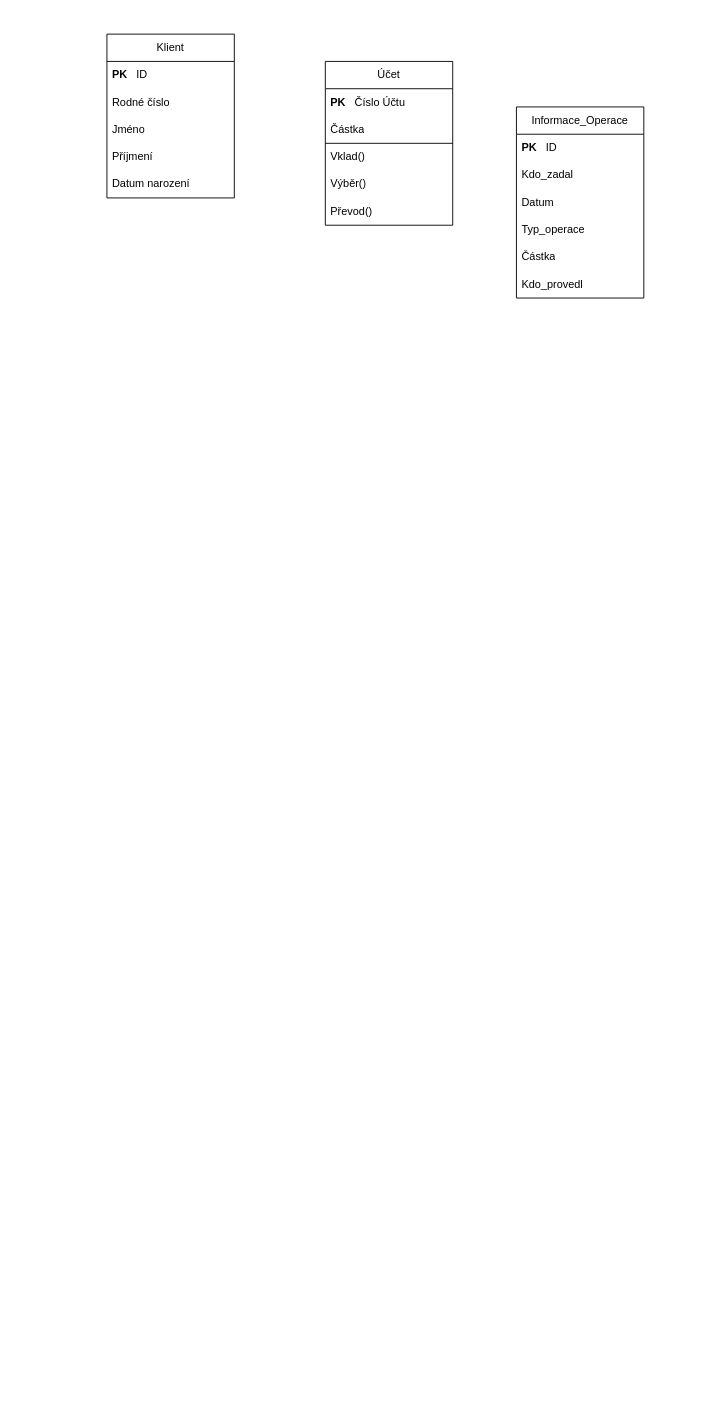
Before: Untitled Diagram.drawio in Zyroshima/IDS, a draw.io diagram. Source tidied: cells renumbered, new cells numbered last; positions are measured from the earlier drawing's top-left corner, leaving out a move shared by most shapes. Both pictures are drawn from the tidied source at 91%, with x=0, y=0 at pixel (106, 34).
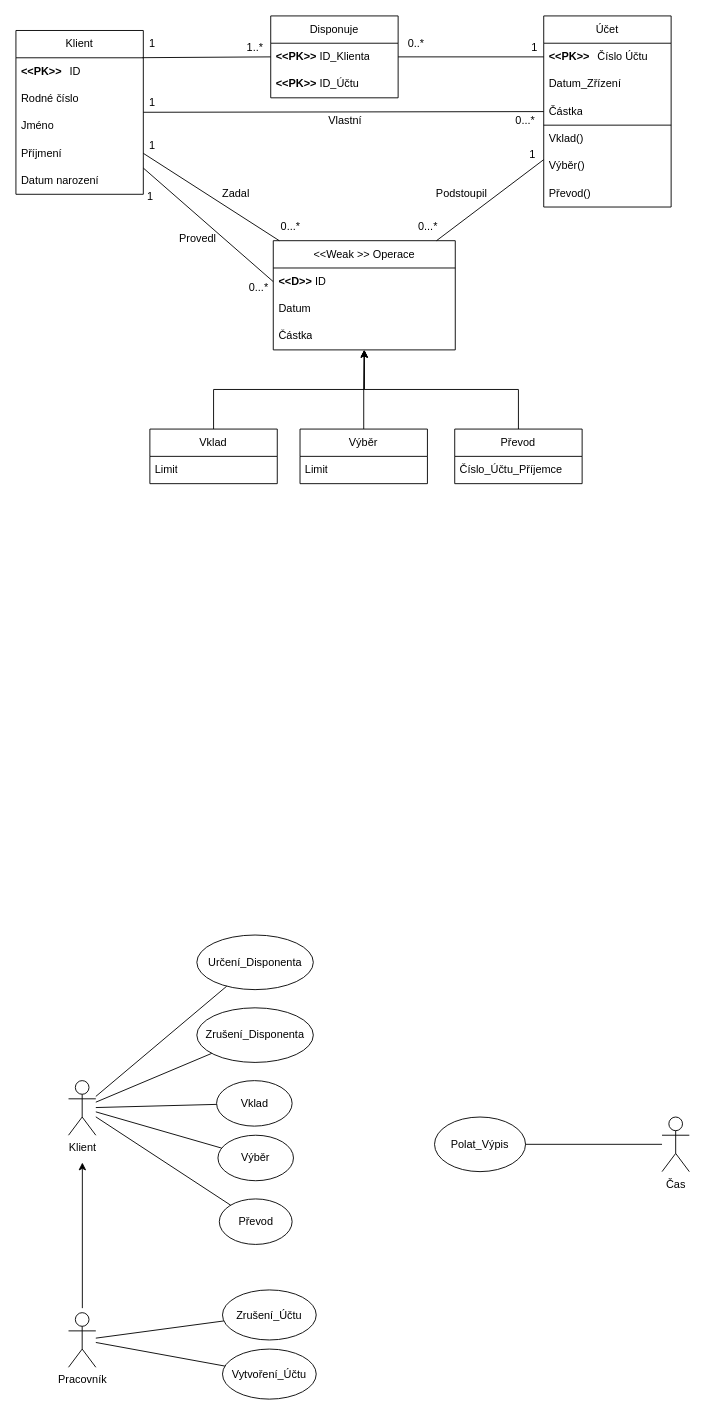
The same page after the edit.

Diff of the diagram source:
```diff
@@
     <mxCell id="2" value="Klient" style="swimlane;fontStyle=0;horizontal=1;startSize=30;whiteSpace=wrap;html=1;" parent="1" vertex="1">
-      <mxGeometry width="140" height="180" as="geometry" />
+      <mxGeometry x="-100" y="-4" width="140" height="180" as="geometry" />
     </mxCell>
-    <mxCell id="3" value="&lt;b&gt;PK&lt;/b&gt;&lt;span style=&quot;white-space: pre;&quot;&gt;&#9;&lt;/span&gt;ID" style="text;strokeColor=none;fillColor=none;align=left;verticalAlign=middle;spacingLeft=4;spacingRight=4;overflow=hidden;whiteSpace=wrap;html=1;" parent="2" vertex="1">
+    <mxCell id="3" value="&lt;b&gt;&amp;lt;&amp;lt;PK&amp;gt;&amp;gt;&lt;/b&gt;&lt;span style=&quot;white-space: pre;&quot;&gt;&#9;&lt;/span&gt;ID" style="text;strokeColor=none;fillColor=none;align=left;verticalAlign=middle;spacingLeft=4;spacingRight=4;overflow=hidden;whiteSpace=wrap;html=1;" parent="2" vertex="1">
       <mxGeometry y="30" width="140" height="30" as="geometry" />
     </mxCell>
@@
     <mxCell id="8" value="Účet" style="swimlane;fontStyle=0;horizontal=1;startSize=30;whiteSpace=wrap;html=1;" parent="1" vertex="1">
-      <mxGeometry x="240" y="30" width="140" height="180" as="geometry" />
+      <mxGeometry x="480" y="-20" width="140" height="210" as="geometry" />
     </mxCell>
-    <mxCell id="9" value="&lt;b&gt;PK&lt;/b&gt;&lt;span style=&quot;white-space: pre;&quot;&gt;&#9;&lt;/span&gt;Číslo Účtu" style="text;strokeColor=none;fillColor=none;align=left;verticalAlign=middle;spacingLeft=4;spacingRight=4;overflow=hidden;points=[[0,0.5],[1,0.5]];portConstraint=eastwest;whiteSpace=wrap;html=1;" parent="8" vertex="1">
+    <mxCell id="9" value="&lt;b&gt;&amp;lt;&amp;lt;PK&amp;gt;&amp;gt;&lt;/b&gt;&lt;span style=&quot;white-space: pre;&quot;&gt;&#9;&lt;/span&gt;Číslo Účtu" style="text;strokeColor=none;fillColor=none;align=left;verticalAlign=middle;spacingLeft=4;spacingRight=4;overflow=hidden;points=[[0,0.5],[1,0.5]];portConstraint=eastwest;whiteSpace=wrap;html=1;" parent="8" vertex="1">
       <mxGeometry y="30" width="140" height="30" as="geometry" />
     </mxCell>
+    <mxCell id="22" value="Datum_Zřízení" style="text;strokeColor=none;fillColor=none;align=left;verticalAlign=middle;spacingLeft=4;spacingRight=4;overflow=hidden;whiteSpace=wrap;html=1;" parent="8" vertex="1">
+      <mxGeometry y="60" width="140" height="30" as="geometry" />
+    </mxCell>
     <mxCell id="10" value="Částka" style="text;strokeColor=none;fillColor=none;align=left;verticalAlign=middle;spacingLeft=4;spacingRight=4;overflow=hidden;whiteSpace=wrap;html=1;" parent="8" vertex="1">
-      <mxGeometry y="60" width="140" height="30" as="geometry" />
+      <mxGeometry y="90" width="140" height="30" as="geometry" />
     </mxCell>
+    <mxCell id="23" style="endArrow=none;html=1;rounded=0;exitX=0;exitY=0.002;exitDx=0;exitDy=0;exitPerimeter=0;" parent="8" edge="1" source="11">
+      <mxGeometry relative="1" as="geometry">
+        <mxPoint x="140" y="120" as="targetPoint" />
+      </mxGeometry>
+    </mxCell>
     <mxCell id="11" value="Vklad()" style="text;strokeColor=none;fillColor=none;align=left;verticalAlign=middle;spacingLeft=4;spacingRight=4;overflow=hidden;points=[[0,0.5],[1,0.5]];portConstraint=eastwest;whiteSpace=wrap;html=1;" parent="8" vertex="1">
-      <mxGeometry y="90" width="140" height="30" as="geometry" />
+      <mxGeometry y="120" width="140" height="30" as="geometry" />
     </mxCell>
     <mxCell id="12" value="Výběr()" style="text;strokeColor=none;fillColor=none;align=left;verticalAlign=middle;spacingLeft=4;spacingRight=4;overflow=hidden;whiteSpace=wrap;html=1;" parent="8" vertex="1">
-      <mxGeometry y="120" width="140" height="30" as="geometry" />
+      <mxGeometry y="150" width="140" height="30" as="geometry" />
     </mxCell>
     <mxCell id="13" value="Převod()" style="text;strokeColor=none;fillColor=none;align=left;verticalAlign=middle;spacingLeft=4;spacingRight=4;overflow=hidden;whiteSpace=wrap;html=1;" parent="8" vertex="1">
-      <mxGeometry y="150" width="140" height="30" as="geometry" />
+      <mxGeometry y="180" width="140" height="30" as="geometry" />
     </mxCell>
-    <mxCell id="14" style="endArrow=none;html=1;rounded=0;exitX=0;exitY=0;exitDx=0;exitDy=0;exitPerimeter=0;" parent="8" edge="1" source="11">
-      <mxGeometry relative="1" as="geometry">
-        <mxPoint x="140" y="90" as="targetPoint" />
-      </mxGeometry>
-    </mxCell>
-    <mxCell id="15" value="Informace_Operace" style="swimlane;fontStyle=0;horizontal=1;startSize=30;whiteSpace=wrap;html=1;" parent="1" vertex="1">
-      <mxGeometry x="450" y="80" width="140" height="210" as="geometry" />
+    <mxCell id="15" value="&amp;lt;&amp;lt;Weak &amp;gt;&amp;gt; Operace" style="swimlane;fontStyle=0;horizontal=1;startSize=30;whiteSpace=wrap;html=1;" parent="1" vertex="1">
+      <mxGeometry x="182.8" y="227" width="200" height="120" as="geometry" />
     </mxCell>
-    <mxCell id="16" value="&lt;b&gt;PK&lt;/b&gt;&lt;span style=&quot;white-space: pre;&quot;&gt;&#9;&lt;/span&gt;ID" style="text;strokeColor=none;fillColor=none;align=left;verticalAlign=middle;spacingLeft=4;spacingRight=4;overflow=hidden;points=[[0,0.5],[1,0.5]];portConstraint=eastwest;whiteSpace=wrap;html=1;" parent="15" vertex="1">
-      <mxGeometry y="30" width="140" height="30" as="geometry" />
+    <mxCell id="16" value="&lt;b&gt;&amp;lt;&amp;lt;D&amp;gt;&amp;gt;&amp;nbsp;&lt;/b&gt;ID" style="text;strokeColor=none;fillColor=none;align=left;verticalAlign=middle;spacingLeft=4;spacingRight=4;overflow=hidden;points=[[0,0.5],[1,0.5]];portConstraint=eastwest;whiteSpace=wrap;html=1;" parent="15" vertex="1">
+      <mxGeometry y="30" width="200" height="30" as="geometry" />
     </mxCell>
-    <mxCell id="17" value="Kdo_zadal" style="text;strokeColor=none;fillColor=none;align=left;verticalAlign=middle;spacingLeft=4;spacingRight=4;overflow=hidden;whiteSpace=wrap;html=1;" parent="15" vertex="1">
-      <mxGeometry y="60" width="140" height="30" as="geometry" />
-    </mxCell>
     <mxCell id="18" value="&lt;div&gt;Datum&lt;/div&gt;" style="text;strokeColor=none;fillColor=none;align=left;verticalAlign=middle;spacingLeft=4;spacingRight=4;overflow=hidden;whiteSpace=wrap;html=1;" parent="15" vertex="1">
-      <mxGeometry y="90" width="140" height="30" as="geometry" />
+      <mxGeometry y="60" width="200" height="30" as="geometry" />
     </mxCell>
-    <mxCell id="19" value="Typ_operace" style="text;strokeColor=none;fillColor=none;align=left;verticalAlign=middle;spacingLeft=4;spacingRight=4;overflow=hidden;whiteSpace=wrap;html=1;" parent="15" vertex="1">
-      <mxGeometry y="120" width="140" height="30" as="geometry" />
-    </mxCell>
     <mxCell id="20" value="Částka" style="text;strokeColor=none;fillColor=none;align=left;verticalAlign=middle;spacingLeft=4;spacingRight=4;overflow=hidden;whiteSpace=wrap;html=1;" parent="15" vertex="1">
-      <mxGeometry y="150" width="140" height="30" as="geometry" />
+      <mxGeometry y="90" width="200" height="30" as="geometry" />
     </mxCell>
-    <mxCell id="21" value="Kdo_provedl" style="text;strokeColor=none;fillColor=none;align=left;verticalAlign=middle;spacingLeft=4;spacingRight=4;overflow=hidden;whiteSpace=wrap;html=1;" parent="15" vertex="1">
-      <mxGeometry y="180" width="140" height="30" as="geometry" />
-    </mxCell>
+    <mxCell id="24" style="endArrow=none;html=1;rounded=0;" parent="1" edge="1" source="2" target="8">
+      <mxGeometry relative="1" as="geometry" />
+    </mxCell>
+    <mxCell id="25" style="endArrow=none;html=1;rounded=0;" parent="1" edge="1" source="2" target="15">
+      <mxGeometry relative="1" as="geometry" />
+    </mxCell>
+    <mxCell id="26" style="endArrow=none;html=1;rounded=0;" parent="1" edge="1" source="8" target="15">
+      <mxGeometry relative="1" as="geometry" />
+    </mxCell>
+    <mxCell id="27" value="1" style="text;html=1;align=center;verticalAlign=middle;whiteSpace=wrap;rounded=0;" parent="1" vertex="1">
+      <mxGeometry x="20" y="108" width="60" height="30" as="geometry" />
+    </mxCell>
+    <mxCell id="28" value="0...*" style="text;html=1;align=center;verticalAlign=middle;whiteSpace=wrap;rounded=0;" parent="1" vertex="1">
+      <mxGeometry x="430" y="80" width="60" height="30" as="geometry" />
+    </mxCell>
+    <mxCell id="29" value="1" style="text;html=1;align=center;verticalAlign=middle;whiteSpace=wrap;rounded=0;" parent="1" vertex="1">
+      <mxGeometry x="440" width="60" height="30" as="geometry" />
+    </mxCell>
+    <mxCell id="30" value="0...*" style="text;html=1;align=center;verticalAlign=middle;whiteSpace=wrap;rounded=0;" parent="1" vertex="1">
+      <mxGeometry x="322.8" y="197" width="60" height="30" as="geometry" />
+    </mxCell>
+    <mxCell id="31" value="1" style="text;html=1;align=center;verticalAlign=middle;whiteSpace=wrap;rounded=0;" parent="1" vertex="1">
+      <mxGeometry x="20" y="60" width="60" height="30" as="geometry" />
+    </mxCell>
+    <mxCell id="32" value="0...*" style="text;html=1;align=center;verticalAlign=middle;whiteSpace=wrap;rounded=0;" parent="1" vertex="1">
+      <mxGeometry x="172" y="197" width="60" height="30" as="geometry" />
+    </mxCell>
+    <mxCell id="33" style="edgeStyle=orthogonalEdgeStyle;rounded=0;jettySize=auto;html=1;" parent="1" edge="1" source="34" target="15">
+      <mxGeometry relative="1" as="geometry" />
+    </mxCell>
+    <mxCell id="34" value="Vklad" style="swimlane;fontStyle=0;horizontal=1;startSize=30;whiteSpace=wrap;html=1;" parent="1" vertex="1">
+      <mxGeometry x="47.2" y="434" width="140" height="60" as="geometry" />
+    </mxCell>
+    <mxCell id="35" value="Limit" style="text;strokeColor=none;fillColor=none;align=left;verticalAlign=middle;spacingLeft=4;spacingRight=4;overflow=hidden;whiteSpace=wrap;html=1;" parent="34" vertex="1">
+      <mxGeometry y="30" width="140" height="30" as="geometry" />
+    </mxCell>
+    <mxCell id="36" style="edgeStyle=orthogonalEdgeStyle;rounded=0;jettySize=auto;html=1;" parent="1" edge="1" source="37" target="15">
+      <mxGeometry relative="1" as="geometry" />
+    </mxCell>
+    <mxCell id="37" value="Výběr" style="swimlane;fontStyle=0;horizontal=1;startSize=30;whiteSpace=wrap;html=1;" parent="1" vertex="1">
+      <mxGeometry x="212.2" y="434" width="140" height="60" as="geometry" />
+    </mxCell>
+    <mxCell id="38" value="Limit" style="text;strokeColor=none;fillColor=none;align=left;verticalAlign=middle;spacingLeft=4;spacingRight=4;overflow=hidden;whiteSpace=wrap;html=1;" parent="37" vertex="1">
+      <mxGeometry y="30" width="140" height="30" as="geometry" />
+    </mxCell>
+    <mxCell id="39" style="edgeStyle=orthogonalEdgeStyle;rounded=0;jettySize=auto;html=1;" parent="1" edge="1" source="40" target="15">
+      <mxGeometry relative="1" as="geometry" />
+    </mxCell>
+    <mxCell id="40" value="Převod" style="swimlane;fontStyle=0;horizontal=1;startSize=30;whiteSpace=wrap;html=1;" parent="1" vertex="1">
+      <mxGeometry x="382.2" y="434" width="140" height="60" as="geometry" />
+    </mxCell>
+    <mxCell id="41" value="Číslo_Účtu_Příjemce" style="text;strokeColor=none;fillColor=none;align=left;verticalAlign=middle;spacingLeft=4;spacingRight=4;overflow=hidden;whiteSpace=wrap;html=1;" parent="40" vertex="1">
+      <mxGeometry y="30" width="140" height="30" as="geometry" />
+    </mxCell>
+    <mxCell id="42" value="Vlastní" style="text;html=1;align=center;verticalAlign=middle;whiteSpace=wrap;rounded=0;" parent="1" vertex="1">
+      <mxGeometry x="232" y="80" width="60" height="30" as="geometry" />
+    </mxCell>
+    <mxCell id="43" value="Provedl" style="text;html=1;align=center;verticalAlign=middle;whiteSpace=wrap;rounded=0;" parent="1" vertex="1">
+      <mxGeometry x="70" y="210" width="60" height="30" as="geometry" />
+    </mxCell>
+    <mxCell id="44" value="Podstoupil" style="text;html=1;align=center;verticalAlign=middle;whiteSpace=wrap;rounded=0;" parent="1" vertex="1">
+      <mxGeometry x="360" y="160" width="60" height="30" as="geometry" />
+    </mxCell>
+    <mxCell id="45" value="Zadal" style="text;html=1;align=center;verticalAlign=middle;whiteSpace=wrap;rounded=0;" parent="1" vertex="1">
+      <mxGeometry x="112" y="160" width="60" height="30" as="geometry" />
+    </mxCell>
+    <mxCell id="46" value="Disponuje" style="swimlane;fontStyle=0;horizontal=1;startSize=30;whiteSpace=wrap;html=1;" parent="1" vertex="1">
+      <mxGeometry x="180" y="-20" width="140" height="90" as="geometry" />
+    </mxCell>
+    <mxCell id="47" value="&lt;b&gt;&amp;lt;&amp;lt;PK&amp;gt;&amp;gt; &lt;/b&gt;ID_Klienta" style="text;strokeColor=none;fillColor=none;align=left;verticalAlign=middle;spacingLeft=4;spacingRight=4;overflow=hidden;points=[[0,0.5],[1,0.5]];portConstraint=eastwest;whiteSpace=wrap;html=1;" parent="46" vertex="1">
+      <mxGeometry y="30" width="140" height="30" as="geometry" />
+    </mxCell>
+    <mxCell id="48" value="&lt;b&gt;&amp;lt;&amp;lt;PK&amp;gt;&amp;gt; &lt;/b&gt;ID_Účtu" style="text;strokeColor=none;fillColor=none;align=left;verticalAlign=middle;spacingLeft=4;spacingRight=4;overflow=hidden;whiteSpace=wrap;html=1;" parent="46" vertex="1">
+      <mxGeometry y="60" width="140" height="30" as="geometry" />
+    </mxCell>
+    <mxCell id="49" style="endArrow=none;html=1;rounded=0;exitX=0.994;exitY=0.166;exitDx=0;exitDy=0;entryX=0;entryY=0.5;entryDx=0;entryDy=0;exitPerimeter=0;" parent="1" edge="1" source="2" target="47">
+      <mxGeometry relative="1" as="geometry" />
+    </mxCell>
+    <mxCell id="50" style="endArrow=none;html=1;rounded=0;entryX=1;entryY=0.5;entryDx=0;entryDy=0;exitX=0;exitY=0.5;exitDx=0;exitDy=0;" parent="1" edge="1" source="9" target="47">
+      <mxGeometry relative="1" as="geometry" />
+    </mxCell>
+    <mxCell id="51" value="1" style="text;html=1;align=center;verticalAlign=middle;whiteSpace=wrap;rounded=0;" parent="1" vertex="1">
+      <mxGeometry x="20" y="-4" width="60" height="30" as="geometry" />
+    </mxCell>
+    <mxCell id="52" value="1..*" style="text;html=1;align=center;verticalAlign=middle;whiteSpace=wrap;rounded=0;" parent="1" vertex="1">
+      <mxGeometry x="132.8" width="60" height="30" as="geometry" />
+    </mxCell>
+    <mxCell id="53" value="0..*" style="text;html=1;align=center;verticalAlign=middle;whiteSpace=wrap;rounded=0;" parent="1" vertex="1">
+      <mxGeometry x="310" y="-4" width="60" height="30" as="geometry" />
+    </mxCell>
+    <mxCell id="54" style="endArrow=none;html=1;rounded=0;exitX=0;exitY=0.5;exitDx=0;exitDy=0;" parent="1" edge="1" source="16" target="2">
+      <mxGeometry relative="1" as="geometry" />
+    </mxCell>
+    <mxCell id="55" style="edgeStyle=orthogonalEdgeStyle;rounded=0;orthogonalLoop=1;jettySize=auto;html=1;exitX=0.5;exitY=1;exitDx=0;exitDy=0;" parent="1" edge="1" source="43" target="43">
+      <mxGeometry relative="1" as="geometry" />
+    </mxCell>
+    <mxCell id="56" value="0...*" style="text;html=1;align=center;verticalAlign=middle;whiteSpace=wrap;rounded=0;" parent="1" vertex="1">
+      <mxGeometry x="137" y="264" width="60" height="30" as="geometry" />
+    </mxCell>
+    <mxCell id="57" value="1" style="text;html=1;align=center;verticalAlign=middle;whiteSpace=wrap;rounded=0;" parent="1" vertex="1">
+      <mxGeometry x="18" y="164" width="60" height="30" as="geometry" />
+    </mxCell>
+    <mxCell id="58" value="1" style="text;html=1;align=center;verticalAlign=middle;whiteSpace=wrap;rounded=0;" parent="1" vertex="1">
+      <mxGeometry x="438" y="118" width="60" height="30" as="geometry" />
+    </mxCell>
+    <mxCell id="59" value="Klient" style="shape=umlActor;verticalLabelPosition=bottom;verticalAlign=top;html=1;outlineConnect=0;" parent="1" vertex="1">
+      <mxGeometry x="-42.2" y="1150" width="30" height="60" as="geometry" />
+    </mxCell>
+    <mxCell id="60" value="Pracovník" style="shape=umlActor;verticalLabelPosition=bottom;verticalAlign=top;html=1;outlineConnect=0;" parent="1" vertex="1">
+      <mxGeometry x="-42.2" y="1405" width="30" height="60" as="geometry" />
+    </mxCell>
+    <mxCell id="61" value="Čas" style="shape=umlActor;verticalLabelPosition=bottom;verticalAlign=top;html=1;outlineConnect=0;" parent="1" vertex="1">
+      <mxGeometry x="610" y="1190" width="30" height="60" as="geometry" />
+    </mxCell>
+    <mxCell id="62" value="Vklad" style="ellipse;whiteSpace=wrap;html=1;" parent="1" vertex="1">
+      <mxGeometry x="120.5" y="1150" width="83" height="50" as="geometry" />
+    </mxCell>
+    <mxCell id="63" value="Výběr" style="ellipse;whiteSpace=wrap;html=1;" parent="1" vertex="1">
+      <mxGeometry x="122" y="1210" width="83" height="50" as="geometry" />
+    </mxCell>
+    <mxCell id="64" value="Převod" style="ellipse;whiteSpace=wrap;html=1;" parent="1" vertex="1">
+      <mxGeometry x="123.5" y="1280" width="80" height="50" as="geometry" />
+    </mxCell>
+    <mxCell id="65" style="endArrow=none;html=1;rounded=0;startFill=0;" parent="1" edge="1" source="59" target="62">
+      <mxGeometry relative="1" as="geometry" />
+    </mxCell>
+    <mxCell id="66" style="endArrow=none;html=1;rounded=0;startFill=0;" parent="1" edge="1" source="59" target="63">
+      <mxGeometry relative="1" as="geometry" />
+    </mxCell>
+    <mxCell id="67" style="endArrow=none;html=1;rounded=0;startFill=0;" parent="1" edge="1" source="59" target="64">
+      <mxGeometry relative="1" as="geometry" />
+    </mxCell>
+    <mxCell id="68" value="Polat_Výpis" style="ellipse;whiteSpace=wrap;html=1;" parent="1" vertex="1">
+      <mxGeometry x="360" y="1190" width="100" height="60" as="geometry" />
+    </mxCell>
+    <mxCell id="69" style="endArrow=none;html=1;rounded=0;startFill=0;" parent="1" edge="1" source="61" target="68">
+      <mxGeometry relative="1" as="geometry" />
+    </mxCell>
+    <mxCell id="70" value="Určení_Disponenta" style="ellipse;whiteSpace=wrap;html=1;" parent="1" vertex="1">
+      <mxGeometry x="98.8" y="990" width="128" height="60" as="geometry" />
+    </mxCell>
+    <mxCell id="71" value="Zrušení_Disponenta" style="ellipse;whiteSpace=wrap;html=1;" parent="1" vertex="1">
+      <mxGeometry x="98.8" y="1070" width="128" height="60" as="geometry" />
+    </mxCell>
+    <mxCell id="72" style="endArrow=none;html=1;rounded=0;startFill=0;" parent="1" edge="1" source="59" target="70">
+      <mxGeometry relative="1" as="geometry" />
+    </mxCell>
+    <mxCell id="73" style="endArrow=none;html=1;rounded=0;startFill=0;" parent="1" edge="1" source="59" target="71">
+      <mxGeometry relative="1" as="geometry" />
+    </mxCell>
+    <mxCell id="74" value="Zrušení_Účtu" style="ellipse;whiteSpace=wrap;html=1;" parent="1" vertex="1">
+      <mxGeometry x="127" y="1380" width="103" height="55" as="geometry" />
+    </mxCell>
+    <mxCell id="75" value="Vytvoření_Účtu" style="ellipse;whiteSpace=wrap;html=1;" parent="1" vertex="1">
+      <mxGeometry x="127" y="1445" width="103" height="55" as="geometry" />
+    </mxCell>
+    <mxCell id="76" style="endArrow=none;html=1;rounded=0;startFill=0;" parent="1" edge="1" source="60" target="74">
+      <mxGeometry relative="1" as="geometry" />
+    </mxCell>
+    <mxCell id="77" style="endArrow=none;html=1;rounded=0;startFill=0;" parent="1" edge="1" source="60" target="75">
+      <mxGeometry relative="1" as="geometry" />
+    </mxCell>
+    <mxCell id="78" style="endArrow=classic;html=1;rounded=0;" parent="1" edge="1">
+      <mxGeometry relative="1" as="geometry">
+        <mxPoint x="-27" y="1400" as="sourcePoint" />
+        <mxPoint x="-27" y="1240" as="targetPoint" />
+      </mxGeometry>
+    </mxCell>
```
